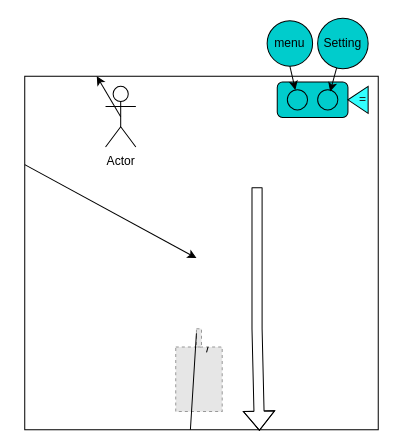
The draw.io diagram lib/screens/on_play/sketch/prototype.drawio in yeasin50/space_craft, before the edit. Source tidied: cells renumbered, new cells numbered last; positions are measured from the earlier drawing's top-left corner, leaving out a move shared by most shapes. Both pictures are drawn from the tidied source at 101%, with x=0, y=0 at pixel (24, 17). Pictures stored in the file or linked from it are replaced by grey dashed boxes.
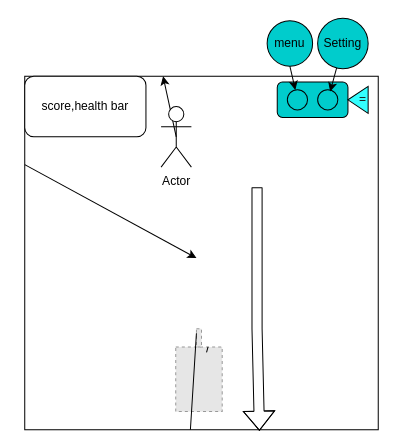
The same diagram, later.

Commit message (it also covers changes not shown here):
added-score-manager

Change to the diagram source:
```diff
@@
     <mxCell id="9" value="Actor" style="shape=umlActor;verticalLabelPosition=bottom;verticalAlign=top;html=1;outlineConnect=0;" parent="1" vertex="1">
-      <mxGeometry x="80" y="68" width="30" height="60" as="geometry" />
+      <mxGeometry x="135" y="88" width="30" height="60" as="geometry" />
     </mxCell>
@@
+    <mxCell id="20" value="score,health bar" style="rounded=1;whiteSpace=wrap;html=1;" parent="1" vertex="1">
+      <mxGeometry y="58" width="120" height="60" as="geometry" />
+    </mxCell>
```
